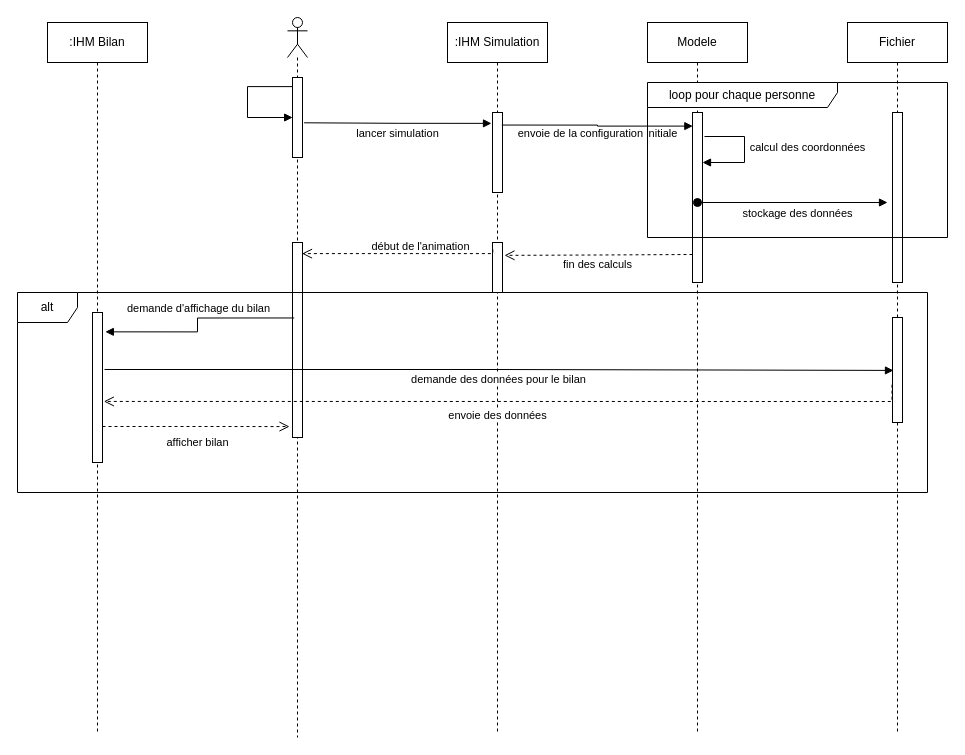
Earlier version of the draw.io diagram UML/diag de sequence.drawio (Mathmo0/Simulation_foule). Source tidied: cells renumbered, new cells numbered last; positions are measured from the earlier drawing's top-left corner, leaving out a move shared by most shapes. Both pictures are drawn from the tidied source at 100%, with x=0, y=0 at pixel (17, 17).
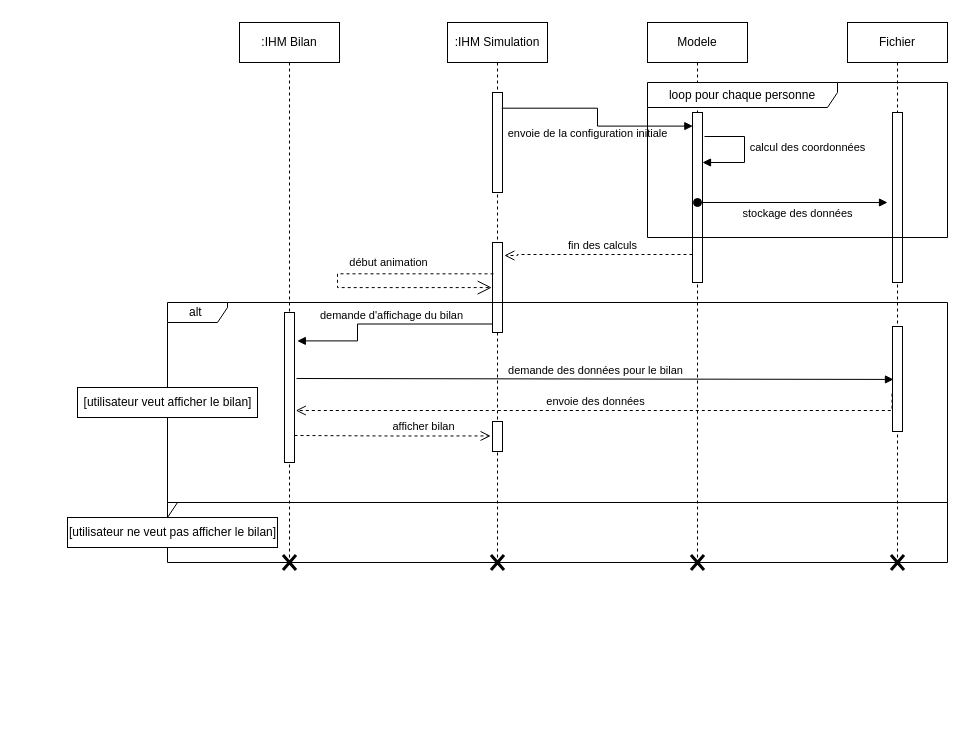
Above is the later version.

Commit message (it also covers changes not shown here):
diagrame de séquence fix

Unchanged cells that the change refers to:
```xml
<mxCell id="3" style="html=1;points=[];perimeter=orthogonalPerimeter;" parent="2" vertex="1">
  <mxGeometry x="45" y="290" width="10" height="150" as="geometry" />
</mxCell>
<mxCell id="11" style="html=1;points=[];perimeter=orthogonalPerimeter;" parent="10" vertex="1">
  <mxGeometry x="45" y="90" width="10" height="170" as="geometry" />
</mxCell>
```

What changed in the source:
```diff
@@
     <mxCell id="2" value=":IHM Bilan" style="shape=umlLifeline;perimeter=lifelinePerimeter;whiteSpace=wrap;html=1;" parent="1" vertex="1">
-      <mxGeometry x="30" y="5" width="100" height="710" as="geometry" />
+      <mxGeometry x="222" y="5" width="100" height="540" as="geometry" />
     </mxCell>
@@
     <mxCell id="4" value=":IHM Simulation" style="shape=umlLifeline;perimeter=lifelinePerimeter;whiteSpace=wrap;html=1;" parent="1" vertex="1">
-      <mxGeometry x="430" y="5" width="100" height="710" as="geometry" />
+      <mxGeometry x="430" y="5" width="100" height="540" as="geometry" />
     </mxCell>
     <mxCell id="5" style="html=1;points=[];perimeter=orthogonalPerimeter;" parent="4" vertex="1">
-      <mxGeometry x="45" y="90" width="10" height="80" as="geometry" />
+      <mxGeometry x="45" y="70" width="10" height="100" as="geometry" />
     </mxCell>
     <mxCell id="6" style="html=1;points=[];perimeter=orthogonalPerimeter;" parent="4" vertex="1">
-      <mxGeometry x="45" y="220" width="10" height="50" as="geometry" />
+      <mxGeometry x="45" y="220" width="10" height="90" as="geometry" />
     </mxCell>
+    <mxCell id="28" style="html=1;points=[];perimeter=orthogonalPerimeter;" parent="4" vertex="1">
+      <mxGeometry x="45" y="399" width="10" height="30" as="geometry" />
+    </mxCell>
+    <mxCell id="29" value="début animation" style="endArrow=open;endSize=12;dashed=1;html=1;rounded=0;edgeStyle=orthogonalEdgeStyle;exitX=0.1;exitY=0.348;exitDx=0;exitDy=0;exitPerimeter=0;entryX=-0.081;entryY=0.501;entryDx=0;entryDy=0;entryPerimeter=0;" parent="4" edge="1" source="6" target="6">
+      <mxGeometry x="-0.35" y="-11" relative="1" as="geometry">
+        <Array as="points">
+          <mxPoint x="-110" y="251" />
+          <mxPoint x="-110" y="265" />
+        </Array>
+      </mxGeometry>
+    </mxCell>
     <mxCell id="7" value="Fichier" style="shape=umlLifeline;perimeter=lifelinePerimeter;whiteSpace=wrap;html=1;" parent="1" vertex="1">
-      <mxGeometry x="830" y="5" width="100" height="710" as="geometry" />
+      <mxGeometry x="830" y="5" width="100" height="540" as="geometry" />
     </mxCell>
@@
     <mxCell id="9" style="html=1;points=[];perimeter=orthogonalPerimeter;" parent="7" vertex="1">
-      <mxGeometry x="45" y="295" width="10" height="105" as="geometry" />
+      <mxGeometry x="45" y="304" width="10" height="105" as="geometry" />
     </mxCell>
     <mxCell id="10" value="Modele" style="shape=umlLifeline;perimeter=lifelinePerimeter;whiteSpace=wrap;html=1;" parent="1" vertex="1">
-      <mxGeometry x="630" y="5" width="100" height="710" as="geometry" />
+      <mxGeometry x="630" y="5" width="100" height="540" as="geometry" />
     </mxCell>
@@
-    <mxCell id="13" value="lancer simulation" style="html=1;verticalAlign=bottom;endArrow=block;rounded=0;edgeStyle=orthogonalEdgeStyle;exitX=1.157;exitY=0.629;exitDx=0;exitDy=0;exitPerimeter=0;entryX=-0.1;entryY=0.136;entryDx=0;entryDy=0;entryPerimeter=0;" parent="1" edge="1" target="5">
-      <mxGeometry y="-19" relative="1" as="geometry">
-        <mxPoint x="286.6" y="105.3" as="sourcePoint" />
-      </mxGeometry>
-    </mxCell>
     <mxCell id="14" value="envoie de la configuration initiale" style="html=1;verticalAlign=bottom;endArrow=block;rounded=0;edgeStyle=orthogonalEdgeStyle;exitX=0.929;exitY=0.157;exitDx=0;exitDy=0;exitPerimeter=0;entryX=0.033;entryY=0.08;entryDx=0;entryDy=0;entryPerimeter=0;" parent="1" edge="1" source="5" target="11">
-      <mxGeometry x="0.01" y="-16" relative="1" as="geometry" />
+      <mxGeometry x="0.09" y="-19" relative="1" as="geometry">
+        <mxPoint x="-10" y="-3" as="offset" />
+      </mxGeometry>
     </mxCell>
-    <mxCell id="15" style="shape=umlLifeline;participant=umlActor;perimeter=lifelinePerimeter;whiteSpace=wrap;html=1;verticalAlign=top;spacingTop=36;" parent="1" vertex="1">
-      <mxGeometry x="270" width="20" height="720" as="geometry" />
-    </mxCell>
-    <mxCell id="16" style="html=1;points=[];perimeter=orthogonalPerimeter;" parent="15" vertex="1">
-      <mxGeometry x="5" y="60" width="10" height="80" as="geometry" />
-    </mxCell>
-    <mxCell id="17" style="html=1;verticalAlign=bottom;endArrow=block;rounded=0;edgeStyle=orthogonalEdgeStyle;entryX=0.014;entryY=0.5;entryDx=0;entryDy=0;entryPerimeter=0;exitX=-0.043;exitY=0.114;exitDx=0;exitDy=0;exitPerimeter=0;" parent="15" edge="1" source="16" target="16">
-      <mxGeometry relative="1" as="geometry">
-        <Array as="points">
-          <mxPoint x="-40" y="69" />
-          <mxPoint x="-40" y="100" />
-        </Array>
-      </mxGeometry>
-    </mxCell>
-    <mxCell id="18" style="html=1;points=[];perimeter=orthogonalPerimeter;" parent="15" vertex="1">
-      <mxGeometry x="5" y="225" width="10" height="195" as="geometry" />
-    </mxCell>
@@
-    <mxCell id="21" value="fin des calculs" style="html=1;verticalAlign=bottom;endArrow=open;dashed=1;endSize=8;rounded=0;edgeStyle=orthogonalEdgeStyle;entryX=1.2;entryY=0.257;entryDx=0;entryDy=0;entryPerimeter=0;" parent="1" edge="1" target="6">
-      <mxGeometry x="0.01" y="18" relative="1" as="geometry">
+    <mxCell id="21" value="fin des calculs" style="html=1;verticalAlign=bottom;endArrow=open;dashed=1;endSize=8;rounded=0;edgeStyle=orthogonalEdgeStyle;entryX=1.186;entryY=0.144;entryDx=0;entryDy=0;entryPerimeter=0;" parent="1" edge="1" target="6">
+      <mxGeometry x="-0.05" relative="1" as="geometry">
         <mxPoint x="675" y="237" as="sourcePoint" />
+        <Array as="points">
+          <mxPoint x="500" y="237" />
+        </Array>
       </mxGeometry>
     </mxCell>
-    <mxCell id="22" value="début de l'animation" style="html=1;verticalAlign=bottom;endArrow=open;dashed=1;endSize=8;rounded=0;edgeStyle=orthogonalEdgeStyle;exitX=0.033;exitY=0.14;exitDx=0;exitDy=0;exitPerimeter=0;entryX=0.95;entryY=0.057;entryDx=0;entryDy=0;entryPerimeter=0;" parent="1" edge="1" source="6" target="18">
-      <mxGeometry x="-0.22" y="2" relative="1" as="geometry">
-        <Array as="points">
-          <mxPoint x="475" y="236" />
-        </Array>
-      </mxGeometry>
-    </mxCell>
-    <mxCell id="23" value="demande d'affichage du bilan" style="html=1;verticalAlign=bottom;endArrow=block;rounded=0;edgeStyle=orthogonalEdgeStyle;exitX=0.166;exitY=0.387;exitDx=0;exitDy=0;exitPerimeter=0;entryX=1.283;entryY=0.129;entryDx=0;entryDy=0;entryPerimeter=0;" parent="1" edge="1" source="18" target="3">
-      <mxGeometry x="-0.05" relative="1" as="geometry" />
+    <mxCell id="23" value="demande d'affichage du bilan" style="html=1;verticalAlign=bottom;endArrow=block;rounded=0;edgeStyle=orthogonalEdgeStyle;exitX=-0.014;exitY=0.805;exitDx=0;exitDy=0;exitPerimeter=0;entryX=1.283;entryY=0.129;entryDx=0;entryDy=0;entryPerimeter=0;" parent="1" edge="1">
+      <mxGeometry x="-0.05" relative="1" as="geometry">
+        <mxPoint x="474.9" y="306.5" as="sourcePoint" />
+        <mxPoint x="279.8" y="323.4" as="targetPoint" />
+        <Array as="points">
+          <mxPoint x="340" y="307" />
+          <mxPoint x="340" y="323" />
+        </Array>
+      </mxGeometry>
     </mxCell>
-    <mxCell id="24" value="demande des données pour le bilan" style="html=1;verticalAlign=bottom;endArrow=block;rounded=0;edgeStyle=orthogonalEdgeStyle;exitX=1.2;exitY=0.38;exitDx=0;exitDy=0;exitPerimeter=0;entryX=0.097;entryY=0.504;entryDx=0;entryDy=0;entryPerimeter=0;" parent="1" edge="1" source="3" target="9">
-      <mxGeometry y="-18" relative="1" as="geometry" />
+    <mxCell id="24" value="demande des données pour le bilan" style="html=1;verticalAlign=bottom;endArrow=block;rounded=0;edgeStyle=orthogonalEdgeStyle;exitX=1.2;exitY=0.38;exitDx=0;exitDy=0;exitPerimeter=0;entryX=0.097;entryY=0.504;entryDx=0;entryDy=0;entryPerimeter=0;" parent="1" edge="1" target="9">
+      <mxGeometry relative="1" as="geometry">
+        <mxPoint x="279" y="361" as="sourcePoint" />
+      </mxGeometry>
     </mxCell>
-    <mxCell id="25" value="envoie des données" style="html=1;verticalAlign=bottom;endArrow=open;dashed=1;endSize=8;rounded=0;edgeStyle=orthogonalEdgeStyle;exitX=-0.05;exitY=0.64;exitDx=0;exitDy=0;exitPerimeter=0;entryX=1.131;entryY=0.593;entryDx=0;entryDy=0;entryPerimeter=0;" parent="1" edge="1" source="9" target="3">
-      <mxGeometry x="0.02" y="23" relative="1" as="geometry">
+    <mxCell id="25" value="envoie des données" style="html=1;verticalAlign=bottom;endArrow=open;dashed=1;endSize=8;rounded=0;edgeStyle=orthogonalEdgeStyle;exitX=-0.05;exitY=0.64;exitDx=0;exitDy=0;exitPerimeter=0;entryX=1.131;entryY=0.593;entryDx=0;entryDy=0;entryPerimeter=0;" parent="1" edge="1" source="9">
+      <mxGeometry x="0.02" relative="1" as="geometry">
+        <mxPoint x="278.3" y="393" as="targetPoint" />
         <Array as="points">
-          <mxPoint x="875" y="384" />
+          <mxPoint x="875" y="393" />
         </Array>
       </mxGeometry>
     </mxCell>
-    <mxCell id="26" value="afficher bilan" style="html=1;verticalAlign=bottom;endArrow=open;dashed=1;endSize=8;rounded=0;edgeStyle=orthogonalEdgeStyle;exitX=1;exitY=0.76;exitDx=0;exitDy=0;exitPerimeter=0;entryX=-0.3;entryY=0.944;entryDx=0;entryDy=0;entryPerimeter=0;" parent="1" edge="1" source="3" target="18">
-      <mxGeometry x="0.02" y="-26" relative="1" as="geometry">
-        <mxPoint y="-1" as="offset" />
+    <mxCell id="26" value="afficher bilan" style="html=1;verticalAlign=bottom;endArrow=open;dashed=1;endSize=8;rounded=0;edgeStyle=orthogonalEdgeStyle;exitX=1;exitY=0.76;exitDx=0;exitDy=0;exitPerimeter=0;entryX=-0.186;entryY=0.481;entryDx=0;entryDy=0;entryPerimeter=0;" parent="1" edge="1" target="28">
+      <mxGeometry x="0.31" relative="1" as="geometry">
+        <mxPoint x="277" y="418" as="sourcePoint" />
       </mxGeometry>
     </mxCell>
-    <mxCell id="27" value="alt" style="shape=umlFrame;whiteSpace=wrap;html=1;" parent="1" vertex="1">
-      <mxGeometry y="275" width="910" height="200" as="geometry" />
+    <mxCell id="27" value="alt&amp;nbsp;" style="shape=umlFrame;whiteSpace=wrap;html=1;width=60;height=20;" parent="1" vertex="1">
+      <mxGeometry x="150" y="285" width="780" height="200" as="geometry" />
     </mxCell>
+    <mxCell id="30" value="&lt;span&gt;[utilisateur veut afficher le bilan]&lt;/span&gt;" style="html=1;" parent="1" vertex="1">
+      <mxGeometry x="60" y="370" width="180" height="30" as="geometry" />
+    </mxCell>
+    <mxCell id="31" style="shape=umlFrame;whiteSpace=wrap;html=1;width=10;height=15;" parent="1" vertex="1">
+      <mxGeometry x="150" y="485" width="780" height="60" as="geometry" />
+    </mxCell>
+    <mxCell id="32" value="&lt;span&gt;[utilisateur ne veut pas afficher le bilan]&lt;/span&gt;" style="html=1;" parent="1" vertex="1">
+      <mxGeometry x="50" y="500" width="210" height="30" as="geometry" />
+    </mxCell>
+    <mxCell id="33" style="shape=umlDestroy;whiteSpace=wrap;html=1;strokeWidth=3;" parent="1" vertex="1">
+      <mxGeometry x="265.5" y="537.5" width="13" height="15" as="geometry" />
+    </mxCell>
+    <mxCell id="34" style="shape=umlDestroy;whiteSpace=wrap;html=1;strokeWidth=3;" parent="1" vertex="1">
+      <mxGeometry x="473.5" y="537.5" width="13" height="15" as="geometry" />
+    </mxCell>
+    <mxCell id="35" style="shape=umlDestroy;whiteSpace=wrap;html=1;strokeWidth=3;" parent="1" vertex="1">
+      <mxGeometry x="673.5" y="537.5" width="13" height="15" as="geometry" />
+    </mxCell>
+    <mxCell id="36" style="shape=umlDestroy;whiteSpace=wrap;html=1;strokeWidth=3;" parent="1" vertex="1">
+      <mxGeometry x="873.5" y="537.5" width="13" height="15" as="geometry" />
+    </mxCell>
```
